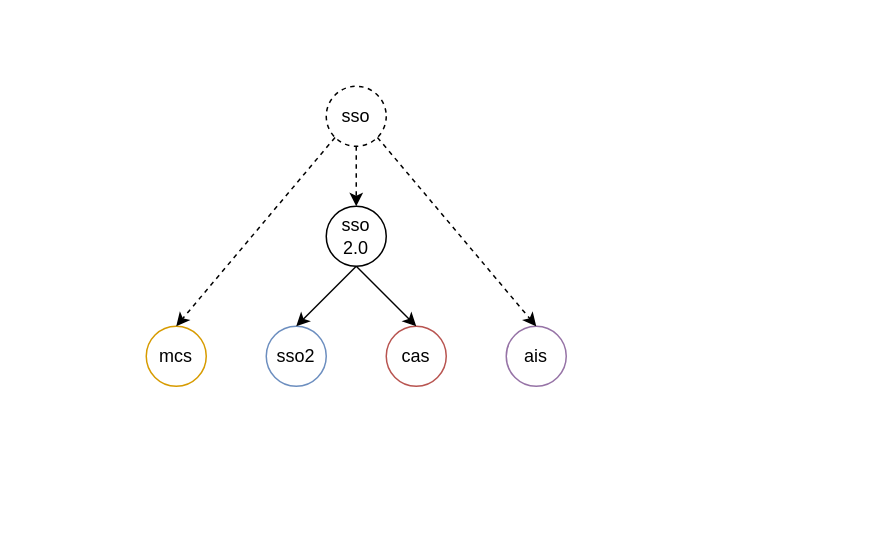
Before: page "Page-1" (1 of 3) of sso.drawio in zhangjiongcn/drawio, a draw.io diagram. Source tidied: cells renumbered, new cells numbered last; positions are measured from the earlier drawing's top-left corner, leaving out a move shared by most shapes. Both pictures are drawn from the tidied source at 150%, with x=0, y=0 at pixel (146, 86).
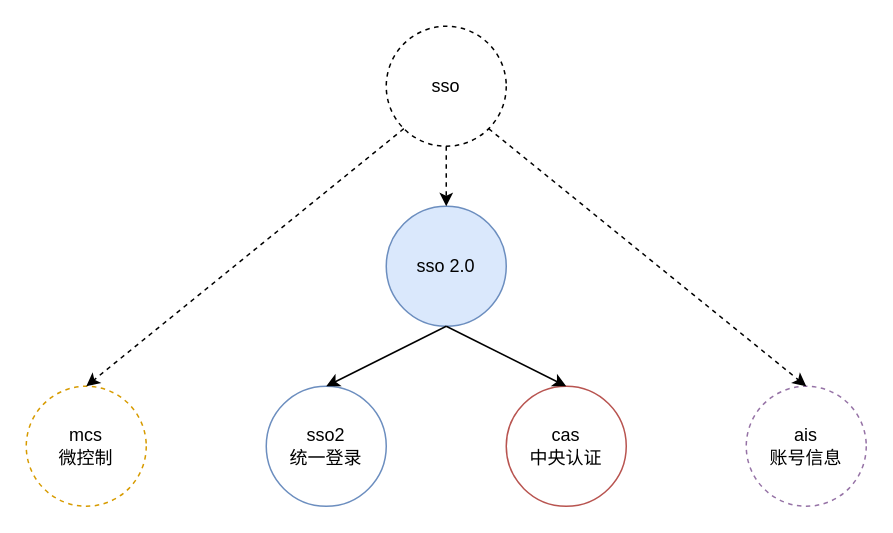
After the change.

Change to the diagram source:
```diff
@@
 <mxGraphModel>
   <root>
     <mxCell id="0" />
     <mxCell id="1" parent="0" />
-    <mxCell id="2" value="sso 2.0" style="ellipse;whiteSpace=wrap;html=1;" parent="1" vertex="1">
-      <mxGeometry x="120" y="80" width="40" height="40" as="geometry" />
+    <mxCell id="2" value="sso 2.0" style="ellipse;whiteSpace=wrap;html=1;fillColor=#dae8fc;strokeColor=#6c8ebf;" parent="1" vertex="1">
+      <mxGeometry x="160" y="80" width="80" height="80" as="geometry" />
     </mxCell>
-    <mxCell id="3" value="sso2" style="ellipse;whiteSpace=wrap;html=1;fillColor=#FFFFFF;strokeColor=#6c8ebf;" parent="1" vertex="1">
-      <mxGeometry x="80" y="160" width="40" height="40" as="geometry" />
+    <mxCell id="3" value="sso2&lt;br&gt;统一登录" style="ellipse;whiteSpace=wrap;html=1;fillColor=#FFFFFF;strokeColor=#6c8ebf;" parent="1" vertex="1">
+      <mxGeometry x="80" y="200" width="80" height="80" as="geometry" />
     </mxCell>
-    <mxCell id="4" value="cas" style="ellipse;whiteSpace=wrap;html=1;fillColor=#FFFFFF;strokeColor=#b85450;" parent="1" vertex="1">
-      <mxGeometry x="160" y="160" width="40" height="40" as="geometry" />
+    <mxCell id="4" value="cas&lt;br&gt;中央认证" style="ellipse;whiteSpace=wrap;html=1;fillColor=#FFFFFF;strokeColor=#b85450;" parent="1" vertex="1">
+      <mxGeometry x="240" y="200" width="80" height="80" as="geometry" />
     </mxCell>
-    <mxCell id="5" value="ais" style="ellipse;whiteSpace=wrap;html=1;fillColor=#FFFFFF;strokeColor=#9673a6;" parent="1" vertex="1">
-      <mxGeometry x="240" y="160" width="40" height="40" as="geometry" />
+    <mxCell id="5" value="ais&lt;br&gt;账号信息" style="ellipse;whiteSpace=wrap;html=1;fillColor=#FFFFFF;strokeColor=#9673a6;dashed=1;" parent="1" vertex="1">
+      <mxGeometry x="400" y="200" width="80" height="80" as="geometry" />
     </mxCell>
-    <mxCell id="6" value="mcs" style="ellipse;whiteSpace=wrap;html=1;fillColor=#ffffff;strokeColor=#d79b00;" parent="1" vertex="1">
-      <mxGeometry y="160" width="40" height="40" as="geometry" />
+    <mxCell id="6" value="mcs&lt;br&gt;微控制" style="ellipse;whiteSpace=wrap;html=1;fillColor=#ffffff;strokeColor=#d79b00;dashed=1;" parent="1" vertex="1">
+      <mxGeometry x="-80" y="200" width="80" height="80" as="geometry" />
     </mxCell>
     <mxCell id="7" style="edgeStyle=orthogonalEdgeStyle;rounded=0;jettySize=auto;html=1;exitX=0.5;exitY=1;exitDx=0;exitDy=0;entryX=0.5;entryY=0;entryDx=0;entryDy=0;dashed=1;" parent="1" edge="1" source="8" target="2">
       <mxGeometry relative="1" as="geometry" />
     </mxCell>
     <mxCell id="8" value="sso" style="ellipse;whiteSpace=wrap;html=1;dashed=1;" parent="1" vertex="1">
-      <mxGeometry x="120" width="40" height="40" as="geometry" />
+      <mxGeometry x="160" y="-40" width="80" height="80" as="geometry" />
     </mxCell>
     <mxCell id="9" style="endArrow=classic;html=1;exitX=0.5;exitY=1;exitDx=0;exitDy=0;entryX=0.5;entryY=0;entryDx=0;entryDy=0;" parent="1" edge="1" source="2" target="3">
       <mxGeometry relative="1" as="geometry" />
     </mxCell>
     <mxCell id="10" style="endArrow=classic;html=1;exitX=0.5;exitY=1;exitDx=0;exitDy=0;entryX=0.5;entryY=0;entryDx=0;entryDy=0;" parent="1" edge="1" source="2" target="4">
       <mxGeometry relative="1" as="geometry" />
     </mxCell>
     <mxCell id="11" style="endArrow=classic;html=1;exitX=1;exitY=1;exitDx=0;exitDy=0;entryX=0.5;entryY=0;entryDx=0;entryDy=0;dashed=1;" parent="1" edge="1" source="8" target="5">
       <mxGeometry relative="1" as="geometry" />
     </mxCell>
     <mxCell id="12" style="endArrow=classic;html=1;exitX=0;exitY=1;exitDx=0;exitDy=0;entryX=0.5;entryY=0;entryDx=0;entryDy=0;dashed=1;" parent="1" edge="1" source="8" target="6">
       <mxGeometry relative="1" as="geometry" />
     </mxCell>
   </root>
 </mxGraphModel>
```
